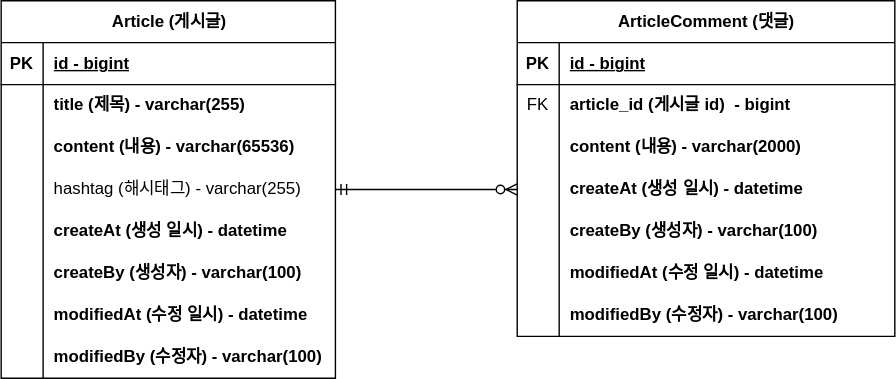
Before: project-board/document/project-board-erd.svg, a diagram exported from draw.io (djawnstj/Spring-project-10). Source tidied: cells renumbered, new cells last; positions are measured from the earlier drawing's top-left corner, leaving out a move shared by most shapes.
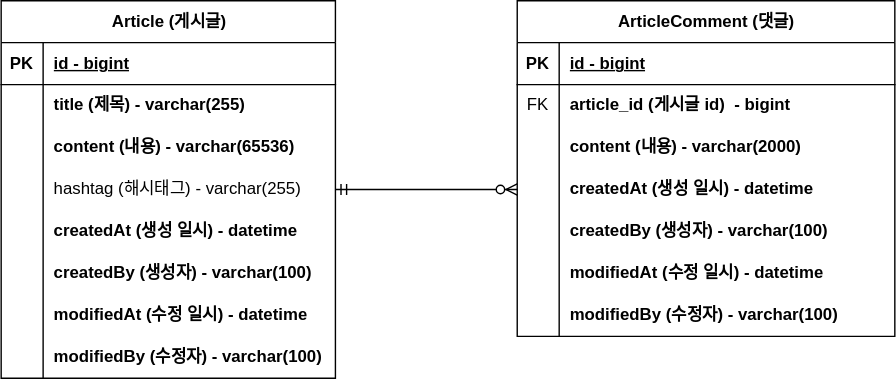
Later version of the same file.

Commit message:
#8 - 컬럼 명 오타 수정(createBy -> createdBy, createAt -> createdAt): project-board-erd.svg

The edit, as a diff of the source:
```diff
@@ -47,7 +47,7 @@
     <mxCell id="16" style="shape=partialRectangle;fillColor=none;top=0;left=0;bottom=0;right=0;overflow=hidden;whiteSpace=wrap;html=1;" parent="15" vertex="1">
       <mxGeometry width="30" height="30" as="geometry" />
     </mxCell>
-    <mxCell id="17" value="createAt (생성 일시) - datetime" style="shape=partialRectangle;fillColor=none;top=0;left=0;bottom=0;right=0;align=left;spacingLeft=6;overflow=hidden;whiteSpace=wrap;html=1;fontStyle=1;" parent="15" vertex="1">
+    <mxCell id="17" value="createdAt (생성 일시) - datetime" style="shape=partialRectangle;fillColor=none;top=0;left=0;bottom=0;right=0;align=left;spacingLeft=6;overflow=hidden;whiteSpace=wrap;html=1;fontStyle=1;" parent="15" vertex="1">
       <mxGeometry x="30" width="209" height="30" as="geometry" />
     </mxCell>
     <mxCell id="18" style="shape=tableRow;horizontal=0;startSize=0;swimlaneHead=0;swimlaneBody=0;fillColor=none;top=0;left=0;right=0;bottom=0;" parent="2" vertex="1">
@@ -56,7 +56,7 @@
     <mxCell id="19" style="shape=partialRectangle;fillColor=none;top=0;left=0;bottom=0;right=0;overflow=hidden;whiteSpace=wrap;html=1;" parent="18" vertex="1">
       <mxGeometry width="30" height="30" as="geometry" />
     </mxCell>
-    <mxCell id="20" value="createBy (생성자) - varchar(100)" style="shape=partialRectangle;fillColor=none;top=0;left=0;bottom=0;right=0;align=left;spacingLeft=6;overflow=hidden;whiteSpace=wrap;html=1;fontStyle=1;" parent="18" vertex="1">
+    <mxCell id="20" value="createdBy (생성자) - varchar(100)" style="shape=partialRectangle;fillColor=none;top=0;left=0;bottom=0;right=0;align=left;spacingLeft=6;overflow=hidden;whiteSpace=wrap;html=1;fontStyle=1;" parent="18" vertex="1">
       <mxGeometry x="30" width="209" height="30" as="geometry" />
     </mxCell>
     <mxCell id="21" style="shape=tableRow;horizontal=0;startSize=0;swimlaneHead=0;swimlaneBody=0;fillColor=none;top=0;left=0;right=0;bottom=0;" parent="2" vertex="1">
@@ -113,7 +113,7 @@
     <mxCell id="38" style="shape=partialRectangle;fillColor=none;top=0;left=0;bottom=0;right=0;overflow=hidden;whiteSpace=wrap;html=1;" parent="37" vertex="1">
       <mxGeometry width="30" height="30" as="geometry" />
     </mxCell>
-    <mxCell id="39" value="createAt (생성 일시) - datetime" style="shape=partialRectangle;fillColor=none;top=0;left=0;bottom=0;right=0;align=left;spacingLeft=6;overflow=hidden;whiteSpace=wrap;html=1;fontStyle=1;" parent="37" vertex="1">
+    <mxCell id="39" value="createdAt (생성 일시) - datetime" style="shape=partialRectangle;fillColor=none;top=0;left=0;bottom=0;right=0;align=left;spacingLeft=6;overflow=hidden;whiteSpace=wrap;html=1;fontStyle=1;" parent="37" vertex="1">
       <mxGeometry x="30" width="240" height="30" as="geometry" />
     </mxCell>
     <mxCell id="40" style="shape=tableRow;horizontal=0;startSize=0;swimlaneHead=0;swimlaneBody=0;fillColor=none;top=0;left=0;right=0;bottom=0;" parent="27" vertex="1">
@@ -122,7 +122,7 @@
     <mxCell id="41" style="shape=partialRectangle;fillColor=none;top=0;left=0;bottom=0;right=0;overflow=hidden;whiteSpace=wrap;html=1;" parent="40" vertex="1">
       <mxGeometry width="30" height="30" as="geometry" />
     </mxCell>
-    <mxCell id="42" value="createBy (생성자) - varchar(100)" style="shape=partialRectangle;fillColor=none;top=0;left=0;bottom=0;right=0;align=left;spacingLeft=6;overflow=hidden;whiteSpace=wrap;html=1;fontStyle=1;" parent="40" vertex="1">
+    <mxCell id="42" value="createdBy (생성자) - varchar(100)" style="shape=partialRectangle;fillColor=none;top=0;left=0;bottom=0;right=0;align=left;spacingLeft=6;overflow=hidden;whiteSpace=wrap;html=1;fontStyle=1;" parent="40" vertex="1">
       <mxGeometry x="30" width="240" height="30" as="geometry" />
     </mxCell>
     <mxCell id="43" style="shape=tableRow;horizontal=0;startSize=0;swimlaneHead=0;swimlaneBody=0;fillColor=none;top=0;left=0;right=0;bottom=0;" parent="27" vertex="1">
```
